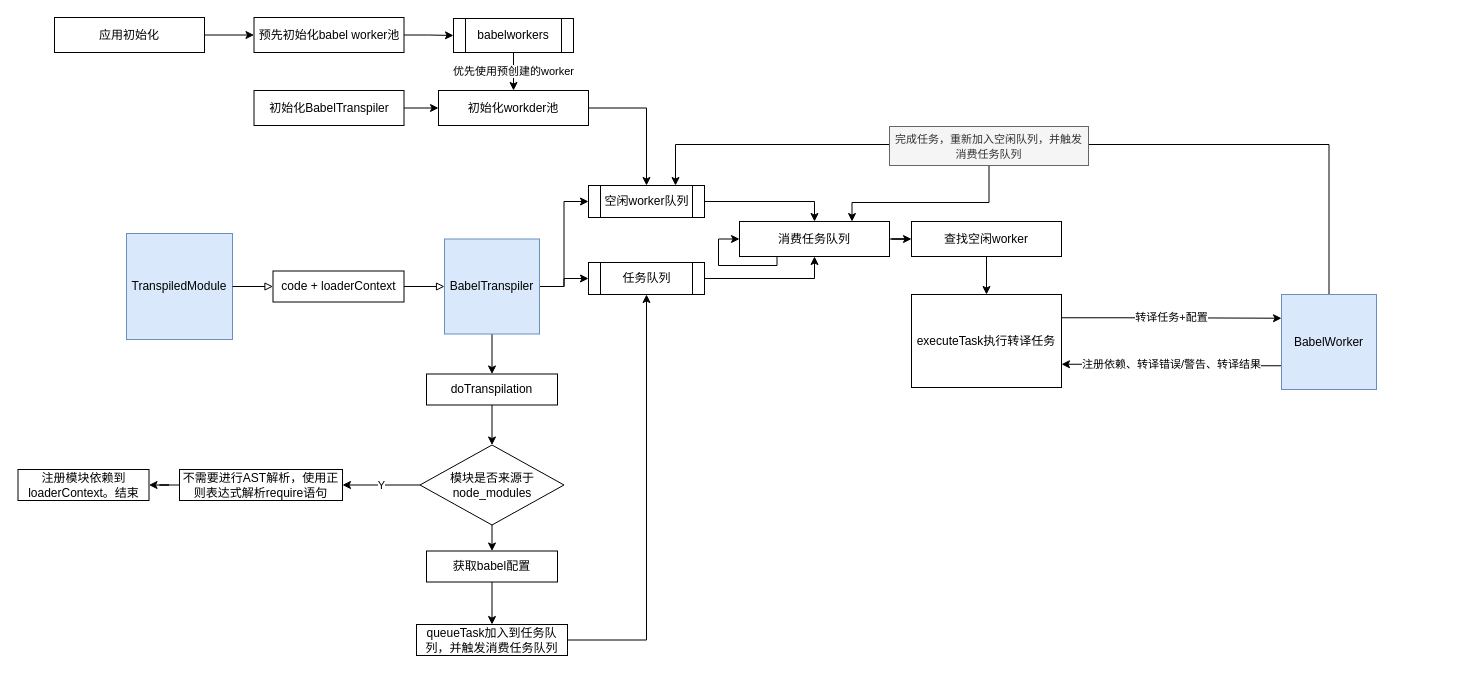
Before: page "BabelTranspiler" (8 of 11) of source/_posts/drawio/codesandbox.drawio in ivan-94/bobi.ink, a draw.io diagram. Source tidied: cells renumbered, new cells numbered last; positions are measured from the earlier drawing's top-left corner, leaving out a move shared by most shapes. Both pictures are drawn from the tidied source at 100%, with x=0, y=0 at pixel (18, 17).
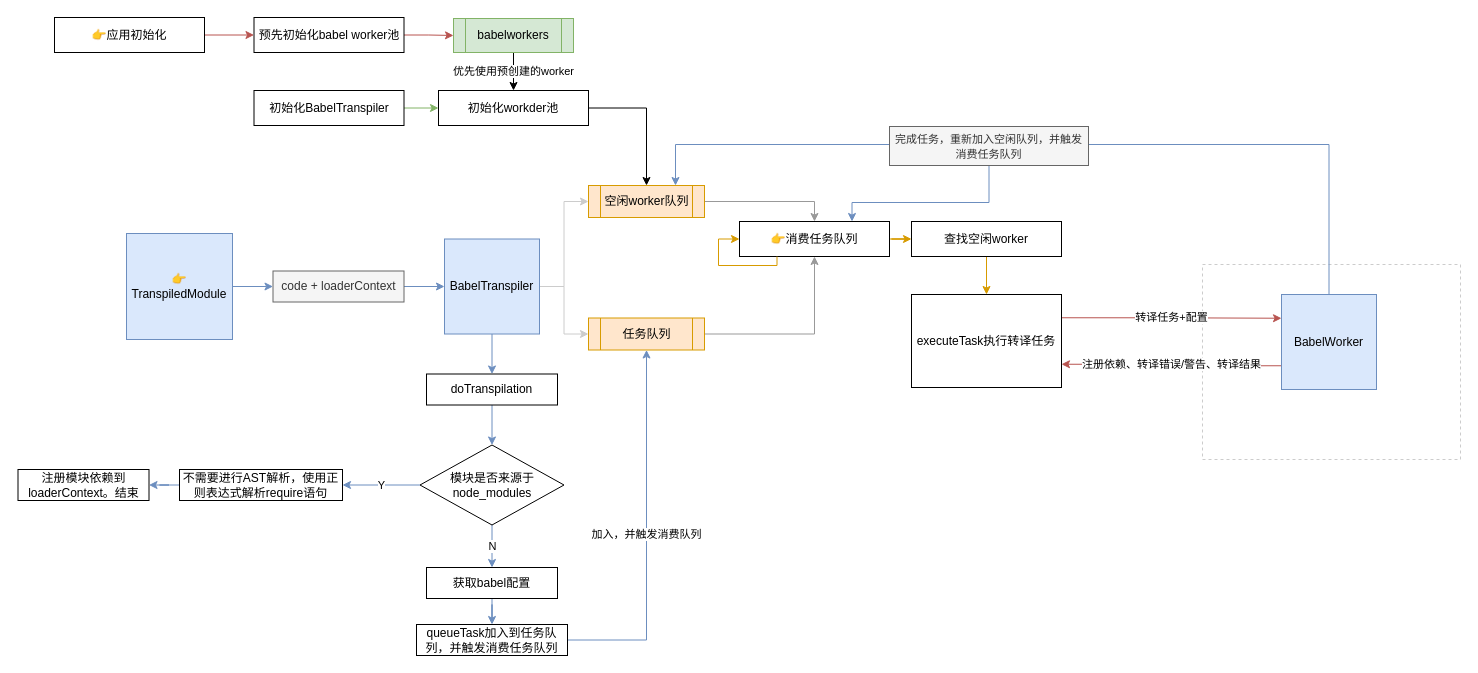
After the change.

Unchanged cells that the change refers to:
```xml
<mxCell id="7" value="BabelTranspiler&lt;br&gt;" style="whiteSpace=wrap;html=1;fillColor=#dae8fc;strokeColor=#6c8ebf;" parent="1" vertex="1">
  <mxGeometry x="426" y="221.5" width="95" height="95" as="geometry" />
</mxCell>
<mxCell id="11" value="预先初始化babel worker池" style="rounded=0;whiteSpace=wrap;html=1;" parent="1" vertex="1">
  <mxGeometry x="235.5" width="150" height="35" as="geometry" />
</mxCell>
<mxCell id="17" value="初始化BabelTranspiler" style="rounded=0;whiteSpace=wrap;html=1;" parent="1" vertex="1">
  <mxGeometry x="235.5" y="73" width="150" height="35" as="geometry" />
</mxCell>
<mxCell id="19" value="初始化workder池" style="rounded=0;whiteSpace=wrap;html=1;" parent="1" vertex="1">
  <mxGeometry x="420" y="73" width="150" height="35" as="geometry" />
</mxCell>
<mxCell id="25" value="doTranspilation" style="rounded=0;whiteSpace=wrap;html=1;" parent="1" vertex="1">
  <mxGeometry x="408" y="356.5" width="131" height="31" as="geometry" />
</mxCell>
<mxCell id="28" value="模块是否来源于node_modules" style="rhombus;whiteSpace=wrap;html=1;" parent="1" vertex="1">
  <mxGeometry x="401.5" y="427.5" width="144" height="80" as="geometry" />
</mxCell>
<mxCell id="30" value="不需要进行AST解析，使用正则表达式解析require语句" style="rounded=0;whiteSpace=wrap;html=1;" parent="1" vertex="1">
  <mxGeometry x="161" y="452" width="163" height="31" as="geometry" />
</mxCell>
<mxCell id="31" value="注册模块依赖到loaderContext。结束" style="rounded=0;whiteSpace=wrap;html=1;" parent="1" vertex="1">
  <mxGeometry x="-0.5" y="452" width="131" height="31" as="geometry" />
</mxCell>
<mxCell id="35" value="queueTask加入到任务队列，并触发消费任务队列" style="rounded=0;whiteSpace=wrap;html=1;" parent="1" vertex="1">
  <mxGeometry x="398" y="607" width="151" height="31" as="geometry" />
</mxCell>
<mxCell id="40" value="查找空闲worker" style="rounded=0;whiteSpace=wrap;html=1;" parent="1" vertex="1">
  <mxGeometry x="893" y="204" width="150" height="35" as="geometry" />
</mxCell>
<mxCell id="42" value="executeTask执行转译任务" style="rounded=0;whiteSpace=wrap;html=1;" parent="1" vertex="1">
  <mxGeometry x="893" y="277" width="150" height="93" as="geometry" />
</mxCell>
<mxCell id="45" value="BabelWorker&lt;br&gt;" style="whiteSpace=wrap;html=1;fillColor=#dae8fc;strokeColor=#6c8ebf;" parent="1" vertex="1">
  <mxGeometry x="1263" y="277" width="95" height="95" as="geometry" />
</mxCell>
<mxCell id="47" value="&lt;span&gt;&lt;font style=&quot;font-size: 11px&quot;&gt;完成任务，重新加入空闲队列，并触发消费任务队列&lt;/font&gt;&lt;/span&gt;" style="rounded=0;whiteSpace=wrap;html=1;fillColor=#f5f5f5;strokeColor=#666666;fontColor=#333333;" parent="1" vertex="1">
  <mxGeometry x="871" y="109" width="199" height="39" as="geometry" />
</mxCell>
```

What changed in the source:
```diff
@@
+    <mxCell id="48" style="rounded=0;whiteSpace=wrap;html=1;dashed=1;strokeColor=#CCCCCC;" parent="1" vertex="1">
+      <mxGeometry x="1184" y="247" width="258" height="195" as="geometry" />
+    </mxCell>
-    <mxCell id="2" style="edgeStyle=orthogonalEdgeStyle;rounded=0;jettySize=auto;html=1;exitX=1;exitY=0.5;exitDx=0;exitDy=0;endArrow=block;endFill=0;" parent="1" edge="1" source="8" target="7">
+    <mxCell id="2" style="edgeStyle=orthogonalEdgeStyle;rounded=0;jettySize=auto;html=1;exitX=1;exitY=0.5;exitDx=0;exitDy=0;endArrow=classic;endFill=1;fillColor=#dae8fc;strokeColor=#6c8ebf;" parent="1" edge="1" source="8" target="7">
       <mxGeometry relative="1" as="geometry" />
     </mxCell>
-    <mxCell id="3" value="&lt;span&gt;TranspiledModule&lt;/span&gt;" style="whiteSpace=wrap;html=1;fillColor=#dae8fc;strokeColor=#6c8ebf;" parent="1" vertex="1">
+    <mxCell id="3" value="&lt;span&gt;👉TranspiledModule&lt;/span&gt;" style="whiteSpace=wrap;html=1;fillColor=#dae8fc;strokeColor=#6c8ebf;" parent="1" vertex="1">
       <mxGeometry x="108" y="216" width="106" height="106" as="geometry" />
     </mxCell>
-    <mxCell id="4" style="edgeStyle=orthogonalEdgeStyle;rounded=0;jettySize=auto;html=1;exitX=1;exitY=0.5;exitDx=0;exitDy=0;entryX=0;entryY=0.5;entryDx=0;entryDy=0;endArrow=classic;endFill=1;" parent="1" edge="1" source="7" target="21">
+    <mxCell id="4" style="edgeStyle=orthogonalEdgeStyle;rounded=0;jettySize=auto;html=1;exitX=1;exitY=0.5;exitDx=0;exitDy=0;entryX=0;entryY=0.5;entryDx=0;entryDy=0;endArrow=classic;endFill=1;fillColor=#f5f5f5;strokeColor=#CCCCCC;" parent="1" edge="1" source="7" target="21">
       <mxGeometry relative="1" as="geometry" />
     </mxCell>
-    <mxCell id="5" style="edgeStyle=orthogonalEdgeStyle;rounded=0;jettySize=auto;html=1;exitX=1;exitY=0.5;exitDx=0;exitDy=0;entryX=0;entryY=0.5;entryDx=0;entryDy=0;endArrow=classic;endFill=1;" parent="1" edge="1" source="7" target="23">
+    <mxCell id="5" style="edgeStyle=orthogonalEdgeStyle;rounded=0;jettySize=auto;html=1;exitX=1;exitY=0.5;exitDx=0;exitDy=0;entryX=0;entryY=0.5;entryDx=0;entryDy=0;endArrow=classic;endFill=1;strokeColor=#CCCCCC;" parent="1" edge="1" source="7" target="23">
       <mxGeometry relative="1" as="geometry" />
     </mxCell>
-    <mxCell id="6" style="edgeStyle=orthogonalEdgeStyle;rounded=0;jettySize=auto;html=1;entryX=0.5;entryY=0;entryDx=0;entryDy=0;endArrow=classic;endFill=1;" parent="1" edge="1" source="7" target="25">
+    <mxCell id="6" style="edgeStyle=orthogonalEdgeStyle;rounded=0;jettySize=auto;html=1;entryX=0.5;entryY=0;entryDx=0;entryDy=0;endArrow=classic;endFill=1;fillColor=#dae8fc;strokeColor=#6c8ebf;" parent="1" edge="1" source="7" target="25">
       <mxGeometry relative="1" as="geometry" />
     </mxCell>
@@
-    <mxCell id="8" value="code + loaderContext" style="rounded=0;whiteSpace=wrap;html=1;" parent="1" vertex="1">
+    <mxCell id="8" value="code + loaderContext" style="rounded=0;whiteSpace=wrap;html=1;fillColor=#f5f5f5;strokeColor=#666666;fontColor=#333333;" parent="1" vertex="1">
       <mxGeometry x="254.5" y="253.5" width="131" height="31" as="geometry" />
     </mxCell>
-    <mxCell id="9" style="edgeStyle=orthogonalEdgeStyle;rounded=0;jettySize=auto;html=1;exitX=1;exitY=0.5;exitDx=0;exitDy=0;endArrow=block;endFill=0;" parent="1" edge="1" source="3" target="8">
+    <mxCell id="9" style="edgeStyle=orthogonalEdgeStyle;rounded=0;jettySize=auto;html=1;exitX=1;exitY=0.5;exitDx=0;exitDy=0;endArrow=classic;endFill=1;fillColor=#dae8fc;strokeColor=#6c8ebf;" parent="1" edge="1" source="3" target="8">
       <mxGeometry relative="1" as="geometry" />
     </mxCell>
-    <mxCell id="10" style="edgeStyle=orthogonalEdgeStyle;rounded=0;jettySize=auto;html=1;exitX=1;exitY=0.5;exitDx=0;exitDy=0;entryX=0;entryY=0.5;entryDx=0;entryDy=0;endArrow=classic;endFill=1;" parent="1" edge="1" source="11" target="13">
+    <mxCell id="10" style="edgeStyle=orthogonalEdgeStyle;rounded=0;jettySize=auto;html=1;exitX=1;exitY=0.5;exitDx=0;exitDy=0;entryX=0;entryY=0.5;entryDx=0;entryDy=0;endArrow=classic;endFill=1;fillColor=#f8cecc;strokeColor=#b85450;" parent="1" edge="1" source="11" target="13">
       <mxGeometry relative="1" as="geometry" />
     </mxCell>
@@
-    <mxCell id="13" value="babelworkers" style="shape=process;whiteSpace=wrap;html=1;backgroundOutline=1;" parent="1" vertex="1">
+    <mxCell id="13" value="babelworkers" style="shape=process;whiteSpace=wrap;html=1;backgroundOutline=1;fillColor=#d5e8d4;strokeColor=#82b366;" parent="1" vertex="1">
       <mxGeometry x="435" y="1" width="120" height="34" as="geometry" />
     </mxCell>
-    <mxCell id="14" style="edgeStyle=orthogonalEdgeStyle;rounded=0;jettySize=auto;html=1;exitX=1;exitY=0.5;exitDx=0;exitDy=0;endArrow=classic;endFill=1;" parent="1" edge="1" source="15" target="11">
+    <mxCell id="14" style="edgeStyle=orthogonalEdgeStyle;rounded=0;jettySize=auto;html=1;exitX=1;exitY=0.5;exitDx=0;exitDy=0;endArrow=classic;endFill=1;fillColor=#f8cecc;strokeColor=#b85450;" parent="1" edge="1" source="15" target="11">
       <mxGeometry relative="1" as="geometry" />
     </mxCell>
-    <mxCell id="15" value="应用初始化" style="rounded=0;whiteSpace=wrap;html=1;" parent="1" vertex="1">
+    <mxCell id="15" value="👉应用初始化" style="rounded=0;whiteSpace=wrap;html=1;" parent="1" vertex="1">
       <mxGeometry x="36" width="150" height="35" as="geometry" />
     </mxCell>
-    <mxCell id="16" style="edgeStyle=orthogonalEdgeStyle;rounded=0;jettySize=auto;html=1;exitX=1;exitY=0.5;exitDx=0;exitDy=0;entryX=0;entryY=0.5;entryDx=0;entryDy=0;endArrow=classic;endFill=1;" parent="1" edge="1" source="17" target="19">
+    <mxCell id="16" style="edgeStyle=orthogonalEdgeStyle;rounded=0;jettySize=auto;html=1;exitX=1;exitY=0.5;exitDx=0;exitDy=0;entryX=0;entryY=0.5;entryDx=0;entryDy=0;endArrow=classic;endFill=1;fillColor=#d5e8d4;strokeColor=#82b366;" parent="1" edge="1" source="17" target="19">
       <mxGeometry relative="1" as="geometry" />
     </mxCell>
@@
-    <mxCell id="20" style="edgeStyle=orthogonalEdgeStyle;rounded=0;jettySize=auto;html=1;exitX=1;exitY=0.5;exitDx=0;exitDy=0;entryX=0.5;entryY=0;entryDx=0;entryDy=0;endArrow=classic;endFill=1;" parent="1" edge="1" source="21" target="37">
+    <mxCell id="20" style="edgeStyle=orthogonalEdgeStyle;rounded=0;jettySize=auto;html=1;exitX=1;exitY=0.5;exitDx=0;exitDy=0;entryX=0.5;entryY=0;entryDx=0;entryDy=0;endArrow=classic;endFill=1;strokeColor=#999999;" parent="1" edge="1" source="21" target="37">
       <mxGeometry relative="1" as="geometry" />
     </mxCell>
-    <mxCell id="21" value="空闲worker队列" style="shape=process;whiteSpace=wrap;html=1;backgroundOutline=1;" parent="1" vertex="1">
+    <mxCell id="21" value="空闲worker队列" style="shape=process;whiteSpace=wrap;html=1;backgroundOutline=1;fillColor=#ffe6cc;strokeColor=#d79b00;" parent="1" vertex="1">
       <mxGeometry x="570" y="168" width="116" height="32" as="geometry" />
     </mxCell>
-    <mxCell id="22" style="edgeStyle=orthogonalEdgeStyle;rounded=0;jettySize=auto;html=1;exitX=1;exitY=0.5;exitDx=0;exitDy=0;entryX=0.5;entryY=1;entryDx=0;entryDy=0;endArrow=classic;endFill=1;" parent="1" edge="1" source="23" target="37">
+    <mxCell id="22" style="edgeStyle=orthogonalEdgeStyle;rounded=0;jettySize=auto;html=1;exitX=1;exitY=0.5;exitDx=0;exitDy=0;entryX=0.5;entryY=1;entryDx=0;entryDy=0;endArrow=classic;endFill=1;strokeColor=#999999;" parent="1" edge="1" source="23" target="37">
       <mxGeometry relative="1" as="geometry" />
     </mxCell>
-    <mxCell id="23" value="任务队列" style="shape=process;whiteSpace=wrap;html=1;backgroundOutline=1;" parent="1" vertex="1">
-      <mxGeometry x="570" y="245" width="116" height="32" as="geometry" />
+    <mxCell id="23" value="任务队列" style="shape=process;whiteSpace=wrap;html=1;backgroundOutline=1;fillColor=#ffe6cc;strokeColor=#d79b00;" parent="1" vertex="1">
+      <mxGeometry x="570" y="300.5" width="116" height="32" as="geometry" />
     </mxCell>
-    <mxCell id="24" style="edgeStyle=orthogonalEdgeStyle;rounded=0;jettySize=auto;html=1;exitX=0.5;exitY=1;exitDx=0;exitDy=0;endArrow=classic;endFill=1;" parent="1" edge="1" source="25" target="28">
+    <mxCell id="24" style="edgeStyle=orthogonalEdgeStyle;rounded=0;jettySize=auto;html=1;exitX=0.5;exitY=1;exitDx=0;exitDy=0;endArrow=classic;endFill=1;fillColor=#dae8fc;strokeColor=#6c8ebf;" parent="1" edge="1" source="25" target="28">
       <mxGeometry relative="1" as="geometry" />
     </mxCell>
@@
-    <mxCell id="26" value="Y" style="edgeStyle=orthogonalEdgeStyle;rounded=0;jettySize=auto;html=1;exitX=0;exitY=0.5;exitDx=0;exitDy=0;entryX=1;entryY=0.5;entryDx=0;entryDy=0;endArrow=classic;endFill=1;" parent="1" edge="1" source="28" target="30">
+    <mxCell id="26" value="Y" style="edgeStyle=orthogonalEdgeStyle;rounded=0;jettySize=auto;html=1;exitX=0;exitY=0.5;exitDx=0;exitDy=0;entryX=1;entryY=0.5;entryDx=0;entryDy=0;endArrow=classic;endFill=1;fillColor=#dae8fc;strokeColor=#6c8ebf;" parent="1" edge="1" source="28" target="30">
       <mxGeometry relative="1" as="geometry" />
     </mxCell>
-    <mxCell id="27" style="edgeStyle=orthogonalEdgeStyle;rounded=0;jettySize=auto;html=1;exitX=0.5;exitY=1;exitDx=0;exitDy=0;entryX=0.5;entryY=0;entryDx=0;entryDy=0;endArrow=classic;endFill=1;" parent="1" edge="1" source="28" target="33">
+    <mxCell id="27" value="N" style="edgeStyle=orthogonalEdgeStyle;rounded=0;jettySize=auto;html=1;exitX=0.5;exitY=1;exitDx=0;exitDy=0;entryX=0.5;entryY=0;entryDx=0;entryDy=0;endArrow=classic;endFill=1;fillColor=#dae8fc;strokeColor=#6c8ebf;" parent="1" edge="1" source="28" target="33">
       <mxGeometry relative="1" as="geometry" />
     </mxCell>
@@
-    <mxCell id="29" style="edgeStyle=orthogonalEdgeStyle;rounded=0;jettySize=auto;html=1;exitX=0;exitY=0.5;exitDx=0;exitDy=0;endArrow=classic;endFill=1;" parent="1" edge="1" source="30" target="31">
+    <mxCell id="29" style="edgeStyle=orthogonalEdgeStyle;rounded=0;jettySize=auto;html=1;exitX=0;exitY=0.5;exitDx=0;exitDy=0;endArrow=classic;endFill=1;fillColor=#dae8fc;strokeColor=#6c8ebf;" parent="1" edge="1" source="30" target="31">
       <mxGeometry relative="1" as="geometry" />
     </mxCell>
@@
-    <mxCell id="32" style="edgeStyle=orthogonalEdgeStyle;rounded=0;jettySize=auto;html=1;exitX=0.5;exitY=1;exitDx=0;exitDy=0;endArrow=classic;endFill=1;" parent="1" edge="1" source="33" target="35">
+    <mxCell id="32" style="edgeStyle=orthogonalEdgeStyle;rounded=0;jettySize=auto;html=1;exitX=0.5;exitY=1;exitDx=0;exitDy=0;endArrow=classic;endFill=1;fillColor=#dae8fc;strokeColor=#6c8ebf;" parent="1" edge="1" source="33" target="35">
       <mxGeometry relative="1" as="geometry" />
     </mxCell>
     <mxCell id="33" value="获取babel配置" style="rounded=0;whiteSpace=wrap;html=1;" parent="1" vertex="1">
-      <mxGeometry x="408" y="533.5" width="131" height="31" as="geometry" />
+      <mxGeometry x="408" y="550" width="131" height="31" as="geometry" />
     </mxCell>
-    <mxCell id="34" style="edgeStyle=orthogonalEdgeStyle;rounded=0;jettySize=auto;html=1;exitX=1;exitY=0.5;exitDx=0;exitDy=0;entryX=0.5;entryY=1;entryDx=0;entryDy=0;endArrow=classic;endFill=1;" parent="1" edge="1" source="35" target="23">
+    <mxCell id="34" value="加入，并触发消费队列" style="edgeStyle=orthogonalEdgeStyle;rounded=0;jettySize=auto;html=1;exitX=1;exitY=0.5;exitDx=0;exitDy=0;entryX=0.5;entryY=1;entryDx=0;entryDy=0;endArrow=classic;endFill=1;fillColor=#dae8fc;strokeColor=#6c8ebf;" parent="1" edge="1" source="35" target="23">
       <mxGeometry relative="1" as="geometry" />
     </mxCell>
@@
-    <mxCell id="36" style="edgeStyle=orthogonalEdgeStyle;rounded=0;jettySize=auto;html=1;exitX=1;exitY=0.5;exitDx=0;exitDy=0;endArrow=classic;endFill=1;" parent="1" edge="1" source="37" target="40">
+    <mxCell id="36" style="edgeStyle=orthogonalEdgeStyle;rounded=0;jettySize=auto;html=1;exitX=1;exitY=0.5;exitDx=0;exitDy=0;endArrow=classic;endFill=1;fillColor=#ffe6cc;strokeColor=#d79b00;" parent="1" edge="1" source="37" target="40">
       <mxGeometry relative="1" as="geometry" />
     </mxCell>
-    <mxCell id="37" value="消费任务队列" style="rounded=0;whiteSpace=wrap;html=1;" parent="1" vertex="1">
+    <mxCell id="37" value="👉消费任务队列" style="rounded=0;whiteSpace=wrap;html=1;" parent="1" vertex="1">
       <mxGeometry x="721" y="204" width="150" height="35" as="geometry" />
     </mxCell>
-    <mxCell id="38" style="edgeStyle=orthogonalEdgeStyle;rounded=0;orthogonalLoop=1;jettySize=auto;html=1;exitX=0.25;exitY=1;exitDx=0;exitDy=0;entryX=0;entryY=0.5;entryDx=0;entryDy=0;endArrow=classic;endFill=1;" parent="1" edge="1" source="37" target="37">
+    <mxCell id="38" style="edgeStyle=orthogonalEdgeStyle;rounded=0;orthogonalLoop=1;jettySize=auto;html=1;exitX=0.25;exitY=1;exitDx=0;exitDy=0;entryX=0;entryY=0.5;entryDx=0;entryDy=0;endArrow=classic;endFill=1;fillColor=#ffe6cc;strokeColor=#d79b00;" parent="1" edge="1" source="37" target="37">
       <mxGeometry relative="1" as="geometry">
         <Array as="points">
           <mxPoint x="759" y="248" />
           <mxPoint x="700" y="248" />
           <mxPoint x="700" y="222" />
         </Array>
       </mxGeometry>
     </mxCell>
-    <mxCell id="39" style="edgeStyle=orthogonalEdgeStyle;rounded=0;jettySize=auto;html=1;exitX=0.5;exitY=1;exitDx=0;exitDy=0;endArrow=classic;endFill=1;" parent="1" edge="1" source="40" target="42">
+    <mxCell id="39" style="edgeStyle=orthogonalEdgeStyle;rounded=0;jettySize=auto;html=1;exitX=0.5;exitY=1;exitDx=0;exitDy=0;endArrow=classic;endFill=1;fillColor=#ffe6cc;strokeColor=#d79b00;" parent="1" edge="1" source="40" target="42">
       <mxGeometry relative="1" as="geometry" />
     </mxCell>
@@
-    <mxCell id="41" value="转译任务+配置" style="edgeStyle=orthogonalEdgeStyle;rounded=0;jettySize=auto;html=1;exitX=1;exitY=0.25;exitDx=0;exitDy=0;endArrow=classic;endFill=1;startArrow=none;startFill=0;entryX=0;entryY=0.25;entryDx=0;entryDy=0;" parent="1" edge="1" source="42" target="45">
+    <mxCell id="41" value="转译任务+配置" style="edgeStyle=orthogonalEdgeStyle;rounded=0;jettySize=auto;html=1;exitX=1;exitY=0.25;exitDx=0;exitDy=0;endArrow=classic;endFill=1;startArrow=none;startFill=0;entryX=0;entryY=0.25;entryDx=0;entryDy=0;fillColor=#f8cecc;strokeColor=#b85450;" parent="1" edge="1" source="42" target="45">
       <mxGeometry relative="1" as="geometry" />
     </mxCell>
@@
-    <mxCell id="43" value="注册依赖、转译错误/警告、转译结果" style="edgeStyle=orthogonalEdgeStyle;rounded=0;jettySize=auto;html=1;exitX=0;exitY=0.75;exitDx=0;exitDy=0;entryX=1;entryY=0.75;entryDx=0;entryDy=0;startArrow=none;startFill=0;endArrow=classic;endFill=1;" parent="1" edge="1" source="45" target="42">
+    <mxCell id="43" value="注册依赖、转译错误/警告、转译结果" style="edgeStyle=orthogonalEdgeStyle;rounded=0;jettySize=auto;html=1;exitX=0;exitY=0.75;exitDx=0;exitDy=0;entryX=1;entryY=0.75;entryDx=0;entryDy=0;startArrow=none;startFill=0;endArrow=classic;endFill=1;fillColor=#f8cecc;strokeColor=#b85450;" parent="1" edge="1" source="45" target="42">
       <mxGeometry relative="1" as="geometry" />
     </mxCell>
-    <mxCell id="44" style="edgeStyle=orthogonalEdgeStyle;rounded=0;jettySize=auto;html=1;exitX=0.5;exitY=0;exitDx=0;exitDy=0;entryX=0.75;entryY=0;entryDx=0;entryDy=0;startArrow=none;startFill=0;endArrow=classic;endFill=1;" parent="1" edge="1" source="45" target="21">
+    <mxCell id="44" style="edgeStyle=orthogonalEdgeStyle;rounded=0;jettySize=auto;html=1;exitX=0.5;exitY=0;exitDx=0;exitDy=0;entryX=0.75;entryY=0;entryDx=0;entryDy=0;startArrow=none;startFill=0;endArrow=classic;endFill=1;fillColor=#dae8fc;strokeColor=#6c8ebf;" parent="1" edge="1" source="45" target="21">
       <mxGeometry relative="1" as="geometry">
         <Array as="points">
           <mxPoint x="1311" y="127" />
           <mxPoint x="657" y="127" />
         </Array>
       </mxGeometry>
     </mxCell>
@@
-    <mxCell id="46" style="edgeStyle=orthogonalEdgeStyle;rounded=0;jettySize=auto;html=1;exitX=0.5;exitY=1;exitDx=0;exitDy=0;startArrow=none;startFill=0;endArrow=classic;endFill=1;entryX=0.75;entryY=0;entryDx=0;entryDy=0;" parent="1" edge="1" source="47" target="37">
+    <mxCell id="46" style="edgeStyle=orthogonalEdgeStyle;rounded=0;jettySize=auto;html=1;exitX=0.5;exitY=1;exitDx=0;exitDy=0;startArrow=none;startFill=0;endArrow=classic;endFill=1;entryX=0.75;entryY=0;entryDx=0;entryDy=0;fillColor=#dae8fc;strokeColor=#6c8ebf;" parent="1" edge="1" source="47" target="37">
       <mxGeometry relative="1" as="geometry">
         <Array as="points">
           <mxPoint x="971" y="185" />
           <mxPoint x="834" y="185" />
         </Array>
       </mxGeometry>
     </mxCell>
```
